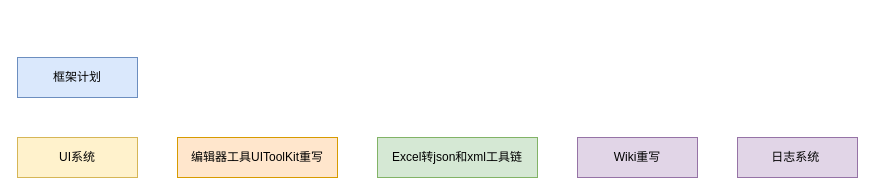
Before: page "框架计划" (1 of 4) of 框架设计流程图.drawio in Josh-Jun/UnityAppFramework, a draw.io diagram. Source tidied: cells renumbered, new cells numbered last; positions are measured from the earlier drawing's top-left corner, leaving out a move shared by most shapes. Both pictures are drawn from the tidied source at 100%, with x=0, y=0 at pixel (17, 57).
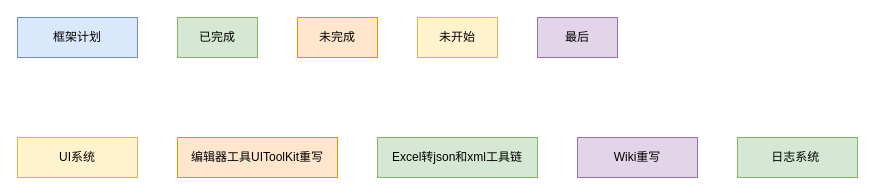
The same page after the edit.

Change to the diagram source:
```diff
@@
 <mxGraphModel>
   <root>
     <mxCell id="0" />
     <mxCell id="1" parent="0" />
     <mxCell id="2" value="框架计划" style="rounded=0;whiteSpace=wrap;html=1;fillColor=#dae8fc;strokeColor=#6c8ebf;" parent="1" vertex="1">
-      <mxGeometry width="120" height="40" as="geometry" />
+      <mxGeometry y="-40" width="120" height="40" as="geometry" />
     </mxCell>
     <mxCell id="3" value="UI系统" style="rounded=0;whiteSpace=wrap;html=1;fillColor=#fff2cc;strokeColor=#d6b656;" parent="1" vertex="1">
       <mxGeometry y="80" width="120" height="40" as="geometry" />
     </mxCell>
     <mxCell id="4" value="编辑器工具UIToolKit重写" style="rounded=0;whiteSpace=wrap;html=1;fillColor=#ffe6cc;strokeColor=#d79b00;" parent="1" vertex="1">
       <mxGeometry x="160" y="80" width="160" height="40" as="geometry" />
     </mxCell>
     <mxCell id="5" value="Excel转json和xml工具链" style="rounded=0;whiteSpace=wrap;html=1;fillColor=#d5e8d4;strokeColor=#82b366;" parent="1" vertex="1">
       <mxGeometry x="360" y="80" width="160" height="40" as="geometry" />
     </mxCell>
     <mxCell id="6" value="Wiki重写" style="rounded=0;whiteSpace=wrap;html=1;fillColor=#e1d5e7;strokeColor=#9673a6;" parent="1" vertex="1">
       <mxGeometry x="560" y="80" width="120" height="40" as="geometry" />
     </mxCell>
-    <mxCell id="7" value="日志系统&amp;nbsp;" style="rounded=0;whiteSpace=wrap;html=1;fillColor=#e1d5e7;strokeColor=#9673a6;" parent="1" vertex="1">
+    <mxCell id="7" value="日志系统&amp;nbsp;" style="rounded=0;whiteSpace=wrap;html=1;fillColor=#d5e8d4;strokeColor=#82b366;" parent="1" vertex="1">
       <mxGeometry x="720" y="80" width="120" height="40" as="geometry" />
     </mxCell>
+    <mxCell id="8" value="已完成" style="rounded=0;whiteSpace=wrap;html=1;fillColor=#d5e8d4;strokeColor=#82b366;" parent="1" vertex="1">
+      <mxGeometry x="160" y="-40" width="80" height="40" as="geometry" />
+    </mxCell>
+    <mxCell id="9" value="未完成" style="rounded=0;whiteSpace=wrap;html=1;fillColor=#ffe6cc;strokeColor=#d79b00;" parent="1" vertex="1">
+      <mxGeometry x="280" y="-40" width="80" height="40" as="geometry" />
+    </mxCell>
+    <mxCell id="10" value="未开始" style="rounded=0;whiteSpace=wrap;html=1;fillColor=#fff2cc;strokeColor=#d6b656;" parent="1" vertex="1">
+      <mxGeometry x="400" y="-40" width="80" height="40" as="geometry" />
+    </mxCell>
+    <mxCell id="11" value="最后" style="rounded=0;whiteSpace=wrap;html=1;fillColor=#e1d5e7;strokeColor=#9673a6;" parent="1" vertex="1">
+      <mxGeometry x="520" y="-40" width="80" height="40" as="geometry" />
+    </mxCell>
   </root>
 </mxGraphModel>
```
